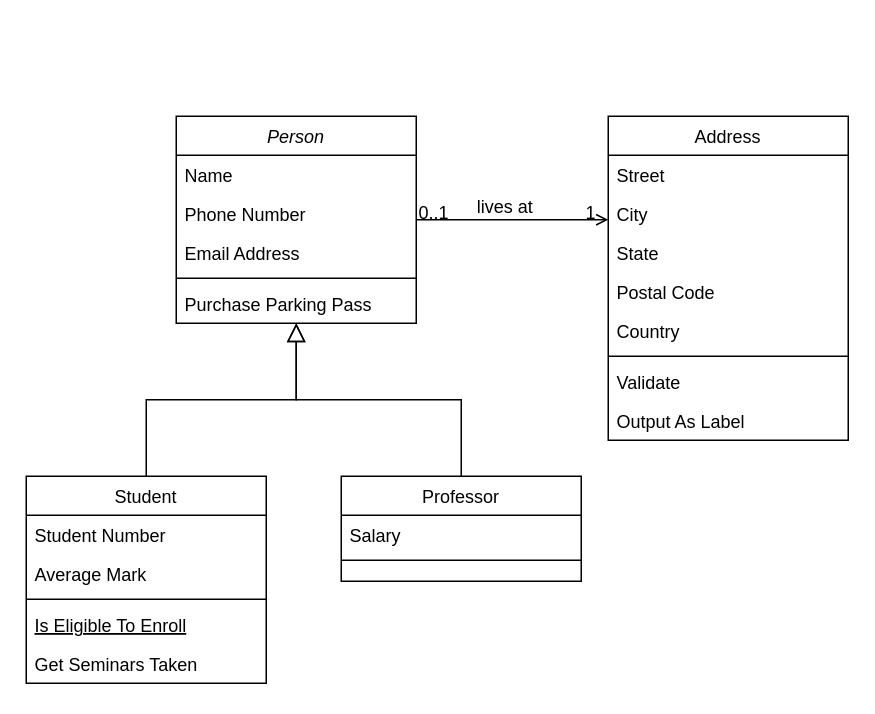
Earlier version of the draw.io diagram Untitled Diagram.drawio (antoniojss-idx/prueba-io). Source tidied: cells renumbered, new cells numbered last; positions are measured from the earlier drawing's top-left corner, leaving out a move shared by most shapes. Both pictures are drawn from the tidied source at 150%, with x=0, y=0 at pixel (26, 116).
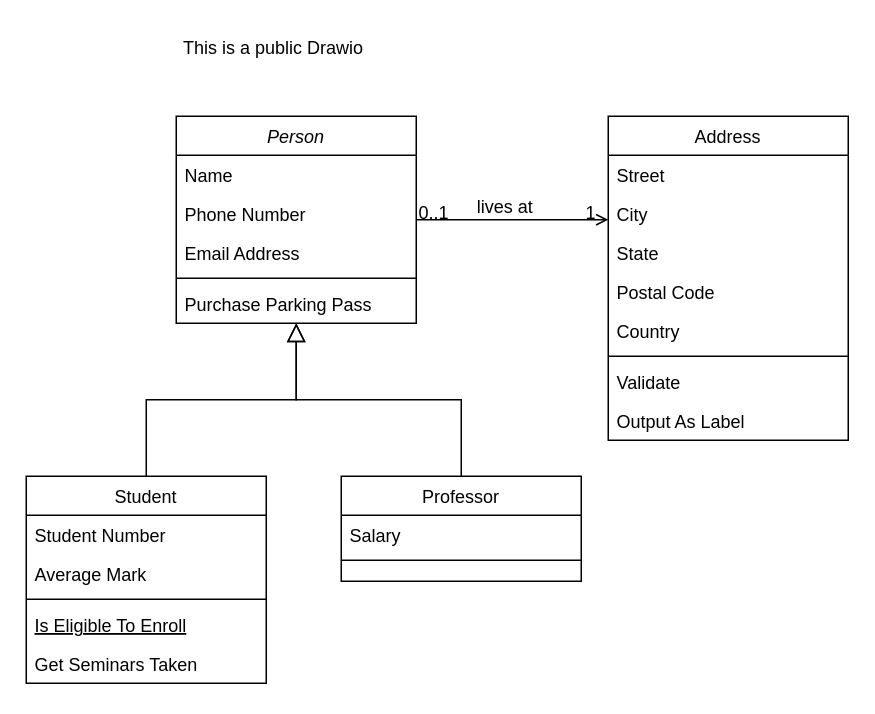
The same diagram, later.

Change to the diagram source:
```diff
@@
+    <mxCell id="32" value="This is a public Drawio" style="text;html=1;align=center;verticalAlign=middle;whiteSpace=wrap;rounded=0;" parent="1" vertex="1">
+      <mxGeometry x="40" y="-60" width="250" height="30" as="geometry" />
+    </mxCell>
```
